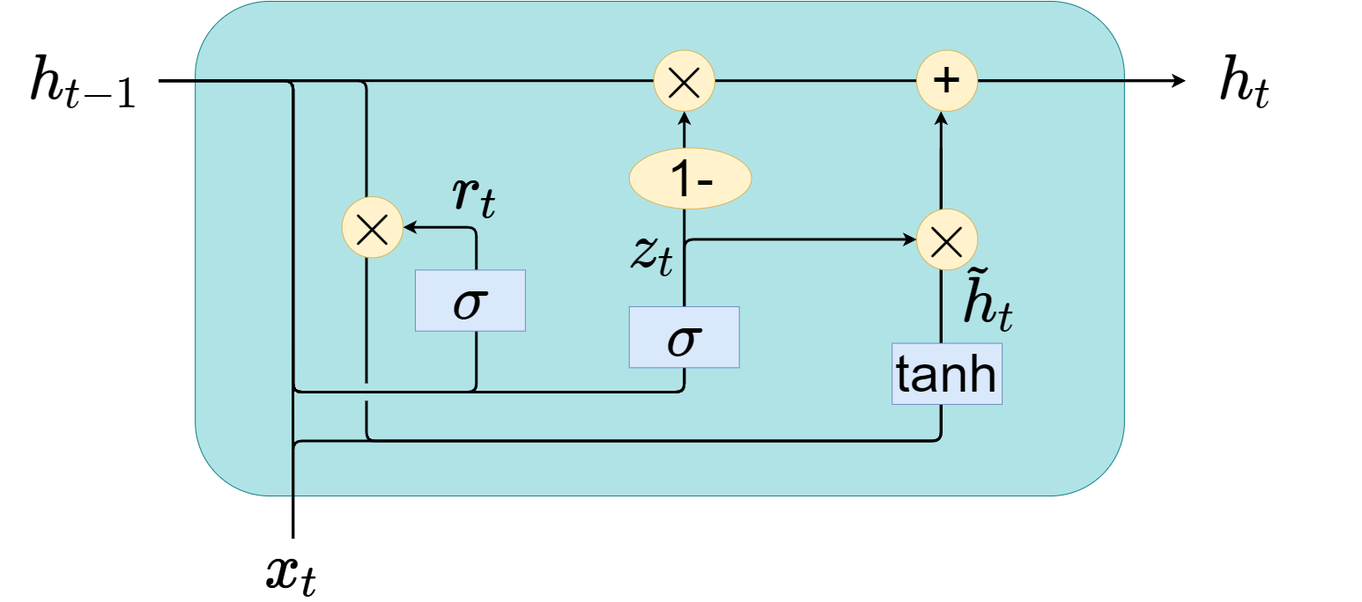
This is Figures/GRU_cell.png from ElektrischesSchaf/LayerNorm_GRU, a draw.io export, as it was before one commit. Source tidied: cells renumbered, new cells last; positions are measured from the earlier drawing's top-left corner, leaving out a move shared by most shapes.
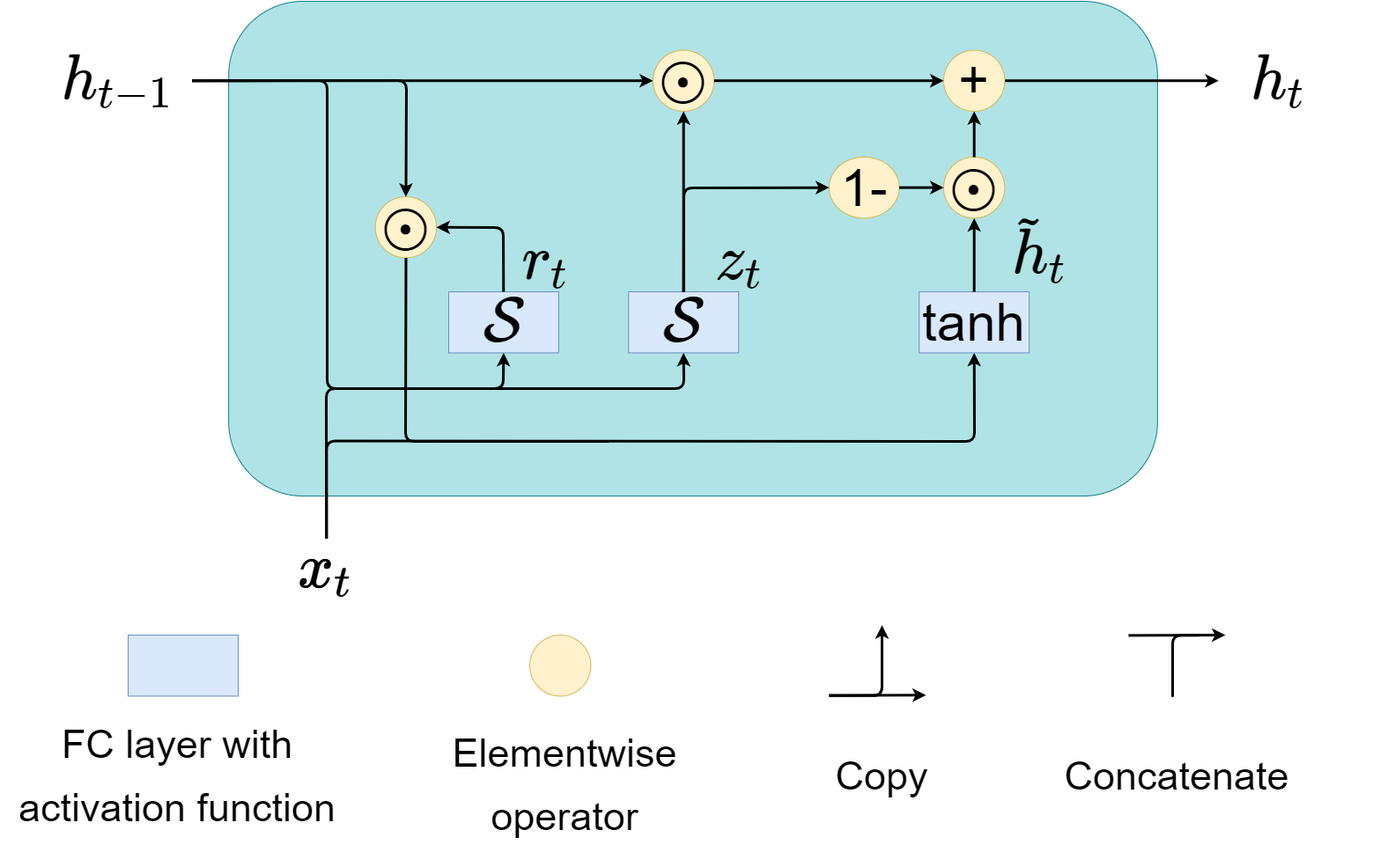
Above is the later version.

What changed in the source:
```diff
@@ -3,7 +3,7 @@
     <mxCell id="0" />
     <mxCell id="1" parent="0" />
     <mxCell id="2" style="group;fontSize=60;" parent="1" vertex="1">
-      <mxGeometry width="1471" height="680" as="geometry" />
+      <mxGeometry width="1471" height="789.4" as="geometry" />
     </mxCell>
     <mxCell id="3" style="rounded=1;whiteSpace=wrap;html=1;fillColor=#b0e3e6;strokeColor=#0e8088;fontSize=60;" parent="2" vertex="1">
       <mxGeometry x="208.2" width="1054.7" height="562" as="geometry" />
@@ -18,106 +18,171 @@
       <mxGeometry x="1332.2" y="55.5" width="138.8" height="69.4" as="geometry" />
     </mxCell>
     <mxCell id="7" value="$$r_t$$" style="text;html=1;strokeColor=none;fillColor=none;align=center;verticalAlign=middle;whiteSpace=wrap;rounded=0;fontSize=60;" parent="2" vertex="1">
-      <mxGeometry x="458" y="180.4" width="138.8" height="69.4" as="geometry" />
+      <mxGeometry x="500" y="260.6" width="138.8" height="69.4" as="geometry" />
     </mxCell>
     <mxCell id="8" value="$$z_t$$" style="text;html=1;strokeColor=none;fillColor=none;align=center;verticalAlign=middle;whiteSpace=wrap;rounded=0;fontSize=60;" parent="2" vertex="1">
-      <mxGeometry x="659.2" y="246.3" width="138.8" height="69.4" as="geometry" />
+      <mxGeometry x="720" y="260.6" width="138.8" height="69.4" as="geometry" />
     </mxCell>
-    <mxCell id="9" style="endArrow=classic;html=1;fontSize=60;strokeWidth=3;exitX=0.5;exitY=0;exitDx=0;exitDy=0;entryX=0.5;entryY=1;entryDx=0;entryDy=0;" parent="2" edge="1" source="4">
+    <mxCell id="9" style="endArrow=classic;html=1;fontSize=60;strokeWidth=3;exitX=0.5;exitY=0;exitDx=0;exitDy=0;entryX=0.5;entryY=1;entryDx=0;entryDy=0;" parent="2" edge="1" source="4" target="21">
       <mxGeometry relative="1" as="geometry">
-        <mxPoint x="1054.7" y="124.9" as="targetPoint" />
         <Array as="points">
           <mxPoint x="319.2" y="499.6" />
-          <mxPoint x="1054.7" y="499.6" />
+          <mxPoint x="1055" y="500" />
         </Array>
       </mxGeometry>
     </mxCell>
     <mxCell id="10" style="endArrow=classic;html=1;strokeWidth=3;fontSize=60;entryX=0;entryY=0.5;entryDx=0;entryDy=0;" parent="2" edge="1" source="24" target="6">
       <mxGeometry relative="1" as="geometry" />
     </mxCell>
-    <mxCell id="11" style="endArrow=classic;html=1;strokeWidth=3;fontSize=60;entryX=0;entryY=0.5;entryDx=0;entryDy=0;" parent="2" edge="1" source="5" target="6">
+    <mxCell id="11" style="endArrow=classic;html=1;strokeWidth=3;fontSize=60;entryX=0;entryY=0.5;entryDx=0;entryDy=0;exitX=1;exitY=0.5;exitDx=0;exitDy=0;" parent="2" edge="1" source="5" target="12">
       <mxGeometry relative="1" as="geometry" />
     </mxCell>
-    <mxCell id="12" value="$$\times$$" style="ellipse;whiteSpace=wrap;html=1;fontSize=60;fillColor=#fff2cc;strokeColor=#d6b656;" parent="2" vertex="1">
-      <mxGeometry x="728.6" y="55.5" width="69.4" height="69.4" as="geometry" />
+    <mxCell id="12" value="&lt;div&gt;$$\odot$$&lt;/div&gt;" style="ellipse;whiteSpace=wrap;html=1;fontSize=60;fillColor=#fff2cc;strokeColor=#d6b656;" parent="2" vertex="1">
+      <mxGeometry x="690" y="55.5" width="69.4" height="69.4" as="geometry" />
     </mxCell>
-    <mxCell id="13" style="endArrow=classic;html=1;strokeWidth=3;fontSize=60;exitX=1;exitY=0.5;exitDx=0;exitDy=0;entryX=1;entryY=0.5;entryDx=0;entryDy=0;" parent="2" edge="1" source="5" target="20">
-      <mxGeometry relative="1" as="geometry">
-        <Array as="points">
-          <mxPoint x="319.2" y="90.2" />
-          <mxPoint x="319.2" y="444.1" />
-          <mxPoint x="527.3" y="444.1" />
-          <mxPoint x="527.3" y="256.7" />
-        </Array>
-      </mxGeometry>
-    </mxCell>
-    <mxCell id="14" value="$$\sigma$$" style="rounded=0;whiteSpace=wrap;html=1;fillColor=#dae8fc;strokeColor=#6c8ebf;fontSize=60;" parent="2" vertex="1">
-      <mxGeometry x="458" y="305.3" width="124.9" height="69.4" as="geometry" />
+    <mxCell id="14" value="$$\mathcal{S}$$" style="rounded=0;whiteSpace=wrap;html=1;fillColor=#dae8fc;strokeColor=#6c8ebf;fontSize=60;" parent="2" vertex="1">
+      <mxGeometry x="458" y="330" width="124.9" height="69.4" as="geometry" />
     </mxCell>
-    <mxCell id="15" style="endArrow=classic;html=1;strokeWidth=3;fontSize=60;exitX=1;exitY=0.5;exitDx=0;exitDy=0;entryX=0;entryY=0.5;entryDx=0;entryDy=0;" parent="2" edge="1" source="5" target="22">
-      <mxGeometry relative="1" as="geometry">
-        <Array as="points">
-          <mxPoint x="319.2" y="90.2" />
-          <mxPoint x="319.2" y="444.1" />
-          <mxPoint x="763.3" y="444.1" />
-          <mxPoint x="763.3" y="270.6" />
-        </Array>
-      </mxGeometry>
-    </mxCell>
-    <mxCell id="16" style="endArrow=classic;html=1;strokeWidth=3;fontSize=60;exitX=1;exitY=0.5;exitDx=0;exitDy=0;" parent="2" edge="1" source="5">
-      <mxGeometry relative="1" as="geometry">
-        <mxPoint x="763.3" y="124.9" as="targetPoint" />
-        <Array as="points">
-          <mxPoint x="319.2" y="90.2" />
-          <mxPoint x="319.2" y="444.1" />
-          <mxPoint x="763.3" y="444.1" />
-          <mxPoint x="763.3" y="124.9" />
-        </Array>
-      </mxGeometry>
-    </mxCell>
     <mxCell id="17" value="1-" style="ellipse;whiteSpace=wrap;html=1;fontSize=60;fillColor=#fff2cc;strokeColor=#d6b656;" parent="2" vertex="1">
-      <mxGeometry x="700.8" y="166.5" width="138.8" height="69.4" as="geometry" />
+      <mxGeometry x="890" y="176.9" width="79.6" height="69.4" as="geometry" />
     </mxCell>
-    <mxCell id="18" value="$$\sigma$$" style="rounded=0;whiteSpace=wrap;html=1;fillColor=#dae8fc;strokeColor=#6c8ebf;fontSize=60;" parent="2" vertex="1">
-      <mxGeometry x="700.8" y="346.9" width="124.9" height="69.4" as="geometry" />
+    <mxCell id="18" value="$$\mathcal{S}$$" style="rounded=0;whiteSpace=wrap;html=1;fillColor=#dae8fc;strokeColor=#6c8ebf;fontSize=60;" parent="2" vertex="1">
+      <mxGeometry x="662.2" y="330" width="124.9" height="69.4" as="geometry" />
     </mxCell>
-    <mxCell id="19" style="endArrow=none;html=1;strokeWidth=3;fontSize=60;entryX=1;entryY=0.5;entryDx=0;entryDy=0;jumpStyle=gap;jumpSize=16;" parent="2" edge="1" target="5">
-      <mxGeometry relative="1" as="geometry">
-        <mxPoint x="1054.7" y="166.5" as="sourcePoint" />
-        <Array as="points">
-          <mxPoint x="1054.7" y="194.3" />
-          <mxPoint x="1054.7" y="249.8" />
-          <mxPoint x="1054.7" y="499.6" />
-          <mxPoint x="402.4" y="499.6" />
-          <mxPoint x="402.4" y="90.2" />
-        </Array>
-      </mxGeometry>
-    </mxCell>
-    <mxCell id="20" value="$$\times$$" style="ellipse;whiteSpace=wrap;html=1;fontSize=60;fillColor=#fff2cc;strokeColor=#d6b656;" parent="2" vertex="1">
+    <mxCell id="20" value="$$\odot$$" style="ellipse;whiteSpace=wrap;html=1;fontSize=60;fillColor=#fff2cc;strokeColor=#d6b656;" parent="2" vertex="1">
       <mxGeometry x="374.7" y="222" width="69.4" height="69.4" as="geometry" />
     </mxCell>
     <mxCell id="21" value="tanh" style="rounded=0;whiteSpace=wrap;html=1;fillColor=#dae8fc;strokeColor=#6c8ebf;fontSize=60;" parent="2" vertex="1">
-      <mxGeometry x="999.2" y="388.6" width="124.9" height="69.4" as="geometry" />
+      <mxGeometry x="992.2" y="330" width="124.9" height="69.4" as="geometry" />
     </mxCell>
-    <mxCell id="22" value="$$\times$$" style="ellipse;whiteSpace=wrap;html=1;fontSize=60;fillColor=#fff2cc;strokeColor=#d6b656;" parent="2" vertex="1">
-      <mxGeometry x="1026.9" y="235.9" width="69.4" height="69.4" as="geometry" />
+    <mxCell id="22" value="$$\odot$$" style="ellipse;whiteSpace=wrap;html=1;fontSize=60;fillColor=#fff2cc;strokeColor=#d6b656;" parent="2" vertex="1">
+      <mxGeometry x="1020" y="176.9" width="69.4" height="69.4" as="geometry" />
     </mxCell>
     <mxCell id="23" value="$$\tilde{h}_{t}$$" style="text;html=1;strokeColor=none;fillColor=none;align=center;verticalAlign=middle;whiteSpace=wrap;rounded=0;fontSize=60;" parent="2" vertex="1">
-      <mxGeometry x="1040.8" y="305.3" width="138.8" height="69.4" as="geometry" />
+      <mxGeometry x="1061.1" y="250" width="138.8" height="69.4" as="geometry" />
     </mxCell>
     <mxCell id="24" value="+" style="ellipse;whiteSpace=wrap;html=1;fontSize=60;fillColor=#fff2cc;strokeColor=#d6b656;" parent="2" vertex="1">
-      <mxGeometry x="1026.9" y="55.5" width="69.4" height="69.4" as="geometry" />
+      <mxGeometry x="1020" y="55.5" width="69.4" height="69.4" as="geometry" />
     </mxCell>
-    <mxCell id="25" value="$$r_t$$" style="text;html=1;strokeColor=none;fillColor=none;align=center;verticalAlign=middle;whiteSpace=wrap;rounded=0;fontSize=60;" parent="2" vertex="1">
-      <mxGeometry x="458" y="180.4" width="138.8" height="69.4" as="geometry" />
-    </mxCell>
     <mxCell id="26" value="$$x_t$$" style="text;html=1;strokeColor=none;fillColor=none;align=center;verticalAlign=middle;whiteSpace=wrap;rounded=0;fontSize=60;" parent="2" vertex="1">
       <mxGeometry x="249.8" y="610.6" width="138.8" height="69.4" as="geometry" />
     </mxCell>
-    <mxCell id="27" style="endArrow=none;html=1;strokeWidth=3;fontSize=60;exitX=0.5;exitY=0;exitDx=0;exitDy=0;" parent="2" edge="1" source="26">
-      <mxGeometry relative="1" as="geometry">
-        <mxPoint x="319" y="390" as="targetPoint" />
-      </mxGeometry>
-    </mxCell>
+    <mxCell id="28" style="endArrow=classic;html=1;strokeWidth=3;entryX=1;entryY=0.5;entryDx=0;entryDy=0;" parent="2" edge="1" source="14" target="20">
+      <mxGeometry relative="1" as="geometry">
+        <Array as="points">
+          <mxPoint x="520" y="257" />
+        </Array>
+      </mxGeometry>
+    </mxCell>
+    <mxCell id="13" style="endArrow=classic;html=1;strokeWidth=3;entryX=0.5;entryY=0;entryDx=0;entryDy=0;" parent="2" edge="1" source="5" target="20">
+      <mxGeometry relative="1" as="geometry">
+        <Array as="points">
+          <mxPoint x="410" y="90" />
+        </Array>
+      </mxGeometry>
+    </mxCell>
+    <mxCell id="29" style="endArrow=none;html=1;strokeWidth=3;entryX=0.5;entryY=1;entryDx=0;entryDy=0;jumpStyle=gap;jumpSize=11;" parent="2" edge="1" target="20">
+      <mxGeometry relative="1" as="geometry">
+        <mxPoint x="640" y="500" as="sourcePoint" />
+        <Array as="points">
+          <mxPoint x="409" y="500" />
+        </Array>
+      </mxGeometry>
+    </mxCell>
+    <mxCell id="30" style="endArrow=classic;html=1;strokeWidth=3;entryX=0.5;entryY=1;entryDx=0;entryDy=0;" parent="2" edge="1" source="22" target="24">
+      <mxGeometry relative="1" as="geometry" />
+    </mxCell>
+    <mxCell id="31" style="endArrow=classic;html=1;strokeWidth=3;" parent="2" edge="1" source="17" target="22">
+      <mxGeometry relative="1" as="geometry" />
+    </mxCell>
+    <mxCell id="32" style="endArrow=classic;html=1;strokeWidth=3;fontSize=60;" parent="2" edge="1" source="12" target="24">
+      <mxGeometry relative="1" as="geometry" />
+    </mxCell>
+    <mxCell id="33" style="endArrow=classic;html=1;strokeWidth=3;entryX=0.5;entryY=1;entryDx=0;entryDy=0;" parent="2" edge="1" source="18" target="12">
+      <mxGeometry relative="1" as="geometry" />
+    </mxCell>
+    <mxCell id="34" style="endArrow=classic;html=1;strokeWidth=3;entryX=0;entryY=0.5;entryDx=0;entryDy=0;exitX=0.5;exitY=0;exitDx=0;exitDy=0;" parent="2" edge="1" source="18" target="17">
+      <mxGeometry relative="1" as="geometry">
+        <Array as="points">
+          <mxPoint x="725" y="212" />
+        </Array>
+      </mxGeometry>
+    </mxCell>
+    <mxCell id="35" style="endArrow=classic;html=1;strokeWidth=3;entryX=0.5;entryY=1;entryDx=0;entryDy=0;" parent="2" edge="1" target="18">
+      <mxGeometry relative="1" as="geometry">
+        <mxPoint x="490" y="440" as="sourcePoint" />
+        <Array as="points">
+          <mxPoint x="725" y="440" />
+        </Array>
+      </mxGeometry>
+    </mxCell>
+    <mxCell id="36" style="endArrow=none;html=1;strokeWidth=3;entryX=1;entryY=0.5;entryDx=0;entryDy=0;" parent="2" edge="1" target="5">
+      <mxGeometry relative="1" as="geometry">
+        <mxPoint x="360" y="440" as="sourcePoint" />
+        <Array as="points">
+          <mxPoint x="320" y="440" />
+          <mxPoint x="320" y="90" />
+        </Array>
+      </mxGeometry>
+    </mxCell>
+    <mxCell id="37" style="endArrow=classic;html=1;strokeWidth=3;entryX=0.5;entryY=1;entryDx=0;entryDy=0;exitX=0.5;exitY=0;exitDx=0;exitDy=0;" parent="2" edge="1" source="21" target="22">
+      <mxGeometry relative="1" as="geometry" />
+    </mxCell>
+    <mxCell id="38" style="endArrow=classic;html=1;strokeWidth=3;exitX=0.5;exitY=0;exitDx=0;exitDy=0;entryX=0.5;entryY=1;entryDx=0;entryDy=0;" parent="2" edge="1" source="26" target="14">
+      <mxGeometry relative="1" as="geometry">
+        <Array as="points">
+          <mxPoint x="319" y="440" />
+          <mxPoint x="520" y="440" />
+        </Array>
+      </mxGeometry>
+    </mxCell>
+    <mxCell id="39" style="rounded=0;whiteSpace=wrap;html=1;fillColor=#dae8fc;strokeColor=#6c8ebf;fontSize=60;" parent="2" vertex="1">
+      <mxGeometry x="94.1" y="720" width="124.9" height="69.4" as="geometry" />
+    </mxCell>
+    <mxCell id="40" style="ellipse;whiteSpace=wrap;html=1;fontSize=60;fillColor=#fff2cc;strokeColor=#d6b656;" parent="2" vertex="1">
+      <mxGeometry x="550" y="720" width="69.4" height="69.4" as="geometry" />
+    </mxCell>
+    <mxCell id="41" style="endArrow=classic;html=1;strokeWidth=3;" parent="2" edge="1">
+      <mxGeometry relative="1" as="geometry">
+        <mxPoint x="1230" y="720.4" as="sourcePoint" />
+        <mxPoint x="1340" y="720" as="targetPoint" />
+      </mxGeometry>
+    </mxCell>
+    <mxCell id="42" style="endArrow=none;html=1;strokeWidth=3;" parent="2" edge="1">
+      <mxGeometry relative="1" as="geometry">
+        <mxPoint x="1280" y="790.2" as="sourcePoint" />
+        <mxPoint x="1310" y="720.2" as="targetPoint" />
+        <Array as="points">
+          <mxPoint x="1280" y="720.2" />
+        </Array>
+      </mxGeometry>
+    </mxCell>
+    <mxCell id="43" style="endArrow=classic;html=1;strokeWidth=3;" parent="2" edge="1">
+      <mxGeometry relative="1" as="geometry">
+        <mxPoint x="890" y="788.6" as="sourcePoint" />
+        <mxPoint x="1000" y="788.2" as="targetPoint" />
+      </mxGeometry>
+    </mxCell>
+    <mxCell id="44" style="endArrow=classic;html=1;strokeWidth=3;" parent="2" edge="1">
+      <mxGeometry relative="1" as="geometry">
+        <mxPoint x="890" y="788.8" as="sourcePoint" />
+        <mxPoint x="950" y="708.8" as="targetPoint" />
+        <Array as="points">
+          <mxPoint x="950" y="788.8" />
+        </Array>
+      </mxGeometry>
+    </mxCell>
+    <mxCell id="45" value="&lt;font style=&quot;font-size: 45px&quot;&gt;FC layer with activation function&lt;/font&gt;" style="text;html=1;strokeColor=none;fillColor=none;align=center;verticalAlign=middle;whiteSpace=wrap;rounded=0;fontSize=60;" parent="1" vertex="1">
+      <mxGeometry x="-50" y="840" width="400" height="69.4" as="geometry" />
+    </mxCell>
+    <mxCell id="46" value="&lt;font style=&quot;font-size: 45px&quot;&gt;Elementwise&lt;br&gt;operator&lt;br&gt;&lt;/font&gt;" style="text;html=1;strokeColor=none;fillColor=none;align=center;verticalAlign=middle;whiteSpace=wrap;rounded=0;fontSize=60;" parent="1" vertex="1">
+      <mxGeometry x="390" y="850" width="400" height="69.4" as="geometry" />
+    </mxCell>
+    <mxCell id="47" value="&lt;font style=&quot;font-size: 45px&quot;&gt;Copy&lt;br&gt;&lt;/font&gt;" style="text;html=1;strokeColor=none;fillColor=none;align=center;verticalAlign=middle;whiteSpace=wrap;rounded=0;fontSize=60;" parent="1" vertex="1">
+      <mxGeometry x="850" y="840" width="200" height="69.4" as="geometry" />
+    </mxCell>
+    <mxCell id="48" value="&lt;font style=&quot;font-size: 45px&quot;&gt;Concatenate&lt;br&gt;&lt;/font&gt;" style="text;html=1;strokeColor=none;fillColor=none;align=center;verticalAlign=middle;whiteSpace=wrap;rounded=0;fontSize=60;" parent="1" vertex="1">
+      <mxGeometry x="1130" y="840" width="310" height="69.4" as="geometry" />
+    </mxCell>
   </root>
 </mxGraphModel>
```
